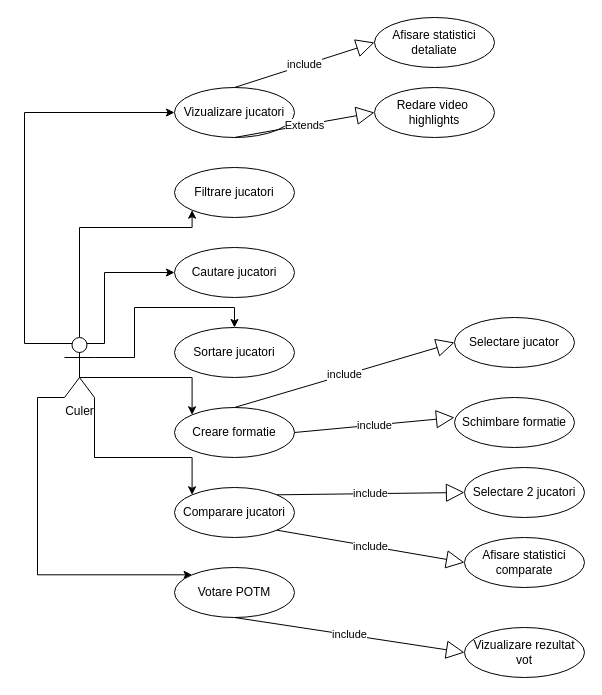
zRazvaN/FC_BARCELONA keeps this draw.io diagram as barcelonaUML.drawio. Above is the earlier version. Source tidied: cells renumbered, new cells numbered last; positions are measured from the earlier drawing's top-left corner, leaving out a move shared by most shapes. Both pictures are drawn from the tidied source at 100%, with x=0, y=0 at pixel (24, 17).
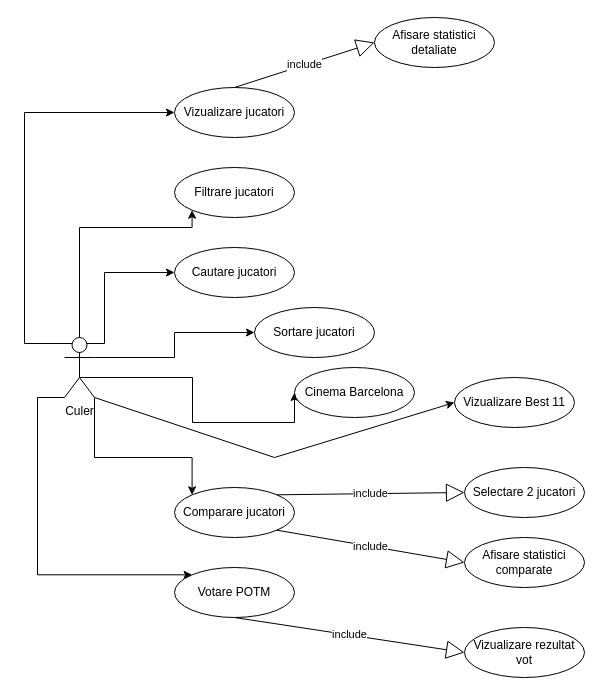
The same diagram, later.

The change refers to these unchanged cells:
```xml
<mxCell id="9" value="Culer" style="shape=umlActor;verticalLabelPosition=bottom;verticalAlign=top;html=1;outlineConnect=0;" parent="1" vertex="1">
  <mxGeometry x="40" y="320" width="30" height="60" as="geometry" />
</mxCell>
<mxCell id="10" value="Vizualizare jucatori" style="ellipse;whiteSpace=wrap;html=1;" parent="1" vertex="1">
  <mxGeometry x="150" y="70" width="120" height="50" as="geometry" />
</mxCell>
```

Change to the diagram source:
```diff
@@
-    <mxCell id="5" style="edgeStyle=orthogonalEdgeStyle;rounded=0;jettySize=auto;html=1;exitX=1;exitY=0.3333333333333333;exitDx=0;exitDy=0;exitPerimeter=0;entryX=0.5;entryY=0;entryDx=0;entryDy=0;" parent="1" edge="1" source="9" target="13">
+    <mxCell id="5" style="edgeStyle=orthogonalEdgeStyle;rounded=0;jettySize=auto;html=1;exitX=1;exitY=0.3333333333333333;exitDx=0;exitDy=0;exitPerimeter=0;entryX=0;entryY=0.5;entryDx=0;entryDy=0;" parent="1" edge="1" source="9" target="13">
       <mxGeometry relative="1" as="geometry" />
     </mxCell>
-    <mxCell id="6" style="edgeStyle=orthogonalEdgeStyle;rounded=0;jettySize=auto;html=1;exitX=0.5;exitY=0.5;exitDx=0;exitDy=0;exitPerimeter=0;entryX=0;entryY=0;entryDx=0;entryDy=0;" parent="1" edge="1" source="9" target="14">
+    <mxCell id="6" style="edgeStyle=orthogonalEdgeStyle;rounded=0;jettySize=auto;html=1;exitX=0.5;exitY=0.5;exitDx=0;exitDy=0;exitPerimeter=0;entryX=0;entryY=0.5;entryDx=0;entryDy=0;" parent="1" edge="1" source="9" target="31">
       <mxGeometry relative="1" as="geometry">
         <Array as="points">
           <mxPoint x="55" y="360" />
           <mxPoint x="168" y="360" />
+          <mxPoint x="168" y="405" />
         </Array>
       </mxGeometry>
     </mxCell>
@@
     <mxCell id="13" value="Sortare jucatori" style="ellipse;whiteSpace=wrap;html=1;" parent="1" vertex="1">
-      <mxGeometry x="150" y="310" width="120" height="50" as="geometry" />
+      <mxGeometry x="230" y="290" width="120" height="50" as="geometry" />
     </mxCell>
-    <mxCell id="14" value="Creare formatie" style="ellipse;whiteSpace=wrap;html=1;" parent="1" vertex="1">
-      <mxGeometry x="150" y="390" width="120" height="50" as="geometry" />
-    </mxCell>
@@
-    <mxCell id="18" value="Redare video&amp;nbsp;&lt;div&gt;highlights&lt;/div&gt;" style="ellipse;whiteSpace=wrap;html=1;" parent="1" vertex="1">
-      <mxGeometry x="350" y="70" width="120" height="50" as="geometry" />
-    </mxCell>
@@
-    <mxCell id="20" value="Extends" style="endArrow=block;endSize=16;endFill=0;html=1;rounded=0;exitX=0.5;exitY=1;exitDx=0;exitDy=0;entryX=0;entryY=0.5;entryDx=0;entryDy=0;" parent="1" edge="1" source="10" target="18">
-      <mxGeometry relative="1" as="geometry" />
-    </mxCell>
-    <mxCell id="21" value="include" style="endArrow=block;endSize=16;endFill=0;html=1;rounded=0;exitX=0.5;exitY=0;exitDx=0;exitDy=0;entryX=0;entryY=0.5;entryDx=0;entryDy=0;" parent="1" edge="1" source="14" target="23">
-      <mxGeometry relative="1" as="geometry" />
-    </mxCell>
-    <mxCell id="22" value="include" style="endArrow=block;endSize=16;endFill=0;html=1;rounded=0;exitX=1;exitY=0.5;exitDx=0;exitDy=0;" parent="1" edge="1" source="14">
-      <mxGeometry relative="1" as="geometry">
-        <mxPoint x="430" y="400" as="targetPoint" />
-      </mxGeometry>
-    </mxCell>
-    <mxCell id="23" value="Selectare jucator" style="ellipse;whiteSpace=wrap;html=1;" parent="1" vertex="1">
-      <mxGeometry x="430" y="300" width="120" height="50" as="geometry" />
-    </mxCell>
-    <mxCell id="24" value="Schimbare formatie" style="ellipse;whiteSpace=wrap;html=1;" parent="1" vertex="1">
-      <mxGeometry x="430" y="380" width="120" height="50" as="geometry" />
-    </mxCell>
@@
+    <mxCell id="31" value="Cinema Barcelona" style="ellipse;whiteSpace=wrap;html=1;" parent="1" vertex="1">
+      <mxGeometry x="270" y="350" width="120" height="50" as="geometry" />
+    </mxCell>
+    <mxCell id="32" value="Vizualizare Best 11" style="ellipse;whiteSpace=wrap;html=1;" parent="1" vertex="1">
+      <mxGeometry x="430" y="360" width="120" height="50" as="geometry" />
+    </mxCell>
+    <mxCell id="33" style="endArrow=classic;html=1;rounded=0;exitX=1;exitY=1;exitDx=0;exitDy=0;exitPerimeter=0;entryX=0;entryY=0.5;entryDx=0;entryDy=0;" parent="1" edge="1" source="9" target="32">
+      <mxGeometry relative="1" as="geometry">
+        <Array as="points">
+          <mxPoint x="250" y="440" />
+        </Array>
+      </mxGeometry>
+    </mxCell>
```
